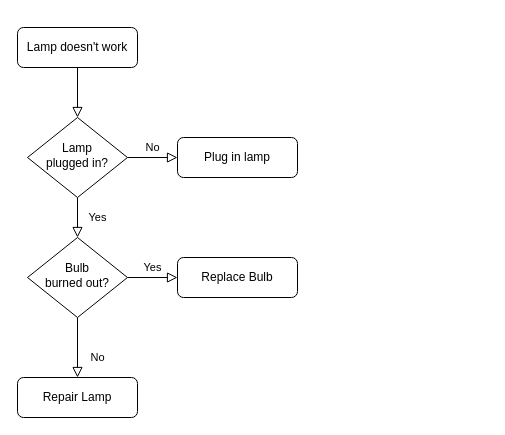
This is Untitled Diagram.drawio from Aadhancodingal/Aadhancodingal, a draw.io file, before an edit. Source tidied: cells renumbered, new cells numbered last; positions are measured from the earlier drawing's top-left corner, leaving out a move shared by most shapes. Both pictures are drawn from the tidied source at 100%, with x=0, y=0 at pixel (17, 27).
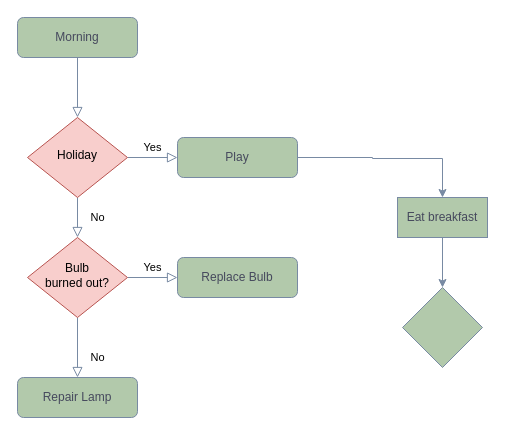
After the change.

Commit message:
Daily Activity

Diff of the diagram source:
```diff
@@
 <mxGraphModel>
   <root>
     <mxCell id="0" />
     <mxCell id="1" parent="0" />
-    <mxCell id="2" style="rounded=0;html=1;jettySize=auto;fontSize=11;endArrow=block;endFill=0;endSize=8;strokeWidth=1;shadow=0;labelBackgroundColor=none;edgeStyle=orthogonalEdgeStyle;" parent="1" edge="1" source="3" target="6">
+    <mxCell id="2" style="rounded=0;html=1;jettySize=auto;fontSize=11;endArrow=block;endFill=0;endSize=8;strokeWidth=1;shadow=0;labelBackgroundColor=none;edgeStyle=orthogonalEdgeStyle;fontColor=default;strokeColor=#788AA3;" parent="1" edge="1" source="3" target="6">
       <mxGeometry relative="1" as="geometry" />
     </mxCell>
-    <mxCell id="3" value="Lamp doesn't work" style="rounded=1;whiteSpace=wrap;html=1;fontSize=12;glass=0;strokeWidth=1;shadow=0;" parent="1" vertex="1">
-      <mxGeometry width="120" height="40" as="geometry" />
+    <mxCell id="3" value="Morning" style="rounded=1;whiteSpace=wrap;html=1;fontSize=12;glass=0;strokeWidth=1;shadow=0;labelBackgroundColor=none;fillColor=#B2C9AB;strokeColor=#788AA3;fontColor=#46495D;" parent="1" vertex="1">
+      <mxGeometry y="-10" width="120" height="40" as="geometry" />
     </mxCell>
-    <mxCell id="4" value="Yes" style="rounded=0;html=1;jettySize=auto;fontSize=11;endArrow=block;endFill=0;endSize=8;strokeWidth=1;shadow=0;labelBackgroundColor=none;edgeStyle=orthogonalEdgeStyle;" parent="1" edge="1" source="6" target="10">
+    <mxCell id="4" value="No" style="rounded=0;html=1;jettySize=auto;fontSize=11;endArrow=block;endFill=0;endSize=8;strokeWidth=1;shadow=0;labelBackgroundColor=none;edgeStyle=orthogonalEdgeStyle;fontColor=default;strokeColor=#788AA3;" parent="1" edge="1" source="6" target="10">
       <mxGeometry y="20" relative="1" as="geometry" />
     </mxCell>
-    <mxCell id="5" value="No" style="edgeStyle=orthogonalEdgeStyle;rounded=0;html=1;jettySize=auto;fontSize=11;endArrow=block;endFill=0;endSize=8;strokeWidth=1;shadow=0;labelBackgroundColor=none;" parent="1" edge="1" source="6" target="7">
+    <mxCell id="5" value="Yes" style="edgeStyle=orthogonalEdgeStyle;rounded=0;html=1;jettySize=auto;fontSize=11;endArrow=block;endFill=0;endSize=8;strokeWidth=1;shadow=0;labelBackgroundColor=none;fontColor=default;strokeColor=#788AA3;" parent="1" edge="1" source="6" target="7">
       <mxGeometry y="10" relative="1" as="geometry" />
     </mxCell>
-    <mxCell id="6" value="Lamp&lt;br&gt;plugged in?" style="rhombus;whiteSpace=wrap;html=1;shadow=0;fontFamily=Helvetica;fontSize=12;align=center;strokeWidth=1;spacing=6;spacingTop=-4;" parent="1" vertex="1">
+    <mxCell id="6" value="Holiday" style="rhombus;whiteSpace=wrap;html=1;shadow=0;fontFamily=Helvetica;fontSize=12;align=center;strokeWidth=1;spacing=6;spacingTop=-4;labelBackgroundColor=none;fillColor=#f8cecc;strokeColor=#b85450;" parent="1" vertex="1">
       <mxGeometry x="10" y="90" width="100" height="80" as="geometry" />
     </mxCell>
+    <mxCell id="13" style="edgeStyle=orthogonalEdgeStyle;rounded=0;jettySize=auto;html=1;exitX=1;exitY=0.5;exitDx=0;exitDy=0;strokeColor=#788AA3;fontColor=#46495D;fillColor=#B2C9AB;entryX=0.5;entryY=0;entryDx=0;entryDy=0;" parent="1" edge="1" source="7" target="15">
+      <mxGeometry relative="1" as="geometry">
+        <Array as="points">
+          <mxPoint x="355" y="130" />
+          <mxPoint x="355" y="131" />
+          <mxPoint x="425" y="131" />
+        </Array>
+      </mxGeometry>
+    </mxCell>
-    <mxCell id="7" value="Plug in lamp" style="rounded=1;whiteSpace=wrap;html=1;fontSize=12;glass=0;strokeWidth=1;shadow=0;" parent="1" vertex="1">
+    <mxCell id="7" value="Play" style="rounded=1;whiteSpace=wrap;html=1;fontSize=12;glass=0;strokeWidth=1;shadow=0;labelBackgroundColor=none;fillColor=#B2C9AB;strokeColor=#788AA3;fontColor=#46495D;" parent="1" vertex="1">
       <mxGeometry x="160" y="110" width="120" height="40" as="geometry" />
     </mxCell>
-    <mxCell id="8" value="No" style="rounded=0;html=1;jettySize=auto;fontSize=11;endArrow=block;endFill=0;endSize=8;strokeWidth=1;shadow=0;labelBackgroundColor=none;edgeStyle=orthogonalEdgeStyle;" parent="1" edge="1" source="10" target="11">
+    <mxCell id="8" value="No" style="rounded=0;html=1;jettySize=auto;fontSize=11;endArrow=block;endFill=0;endSize=8;strokeWidth=1;shadow=0;labelBackgroundColor=none;edgeStyle=orthogonalEdgeStyle;fontColor=default;strokeColor=#788AA3;" parent="1" edge="1" source="10" target="11">
       <mxGeometry x="0.33" y="20" relative="1" as="geometry" />
     </mxCell>
-    <mxCell id="9" value="Yes" style="edgeStyle=orthogonalEdgeStyle;rounded=0;html=1;jettySize=auto;fontSize=11;endArrow=block;endFill=0;endSize=8;strokeWidth=1;shadow=0;labelBackgroundColor=none;" parent="1" edge="1" source="10" target="12">
+    <mxCell id="9" value="Yes" style="edgeStyle=orthogonalEdgeStyle;rounded=0;html=1;jettySize=auto;fontSize=11;endArrow=block;endFill=0;endSize=8;strokeWidth=1;shadow=0;labelBackgroundColor=none;fontColor=default;strokeColor=#788AA3;" parent="1" edge="1" source="10" target="12">
       <mxGeometry y="10" relative="1" as="geometry" />
     </mxCell>
-    <mxCell id="10" value="Bulb&lt;br&gt;burned out?" style="rhombus;whiteSpace=wrap;html=1;shadow=0;fontFamily=Helvetica;fontSize=12;align=center;strokeWidth=1;spacing=6;spacingTop=-4;" parent="1" vertex="1">
+    <mxCell id="10" value="Bulb&lt;br&gt;burned out?" style="rhombus;whiteSpace=wrap;html=1;shadow=0;fontFamily=Helvetica;fontSize=12;align=center;strokeWidth=1;spacing=6;spacingTop=-4;labelBackgroundColor=none;fillColor=#f8cecc;strokeColor=#b85450;" parent="1" vertex="1">
       <mxGeometry x="10" y="210" width="100" height="80" as="geometry" />
     </mxCell>
-    <mxCell id="11" value="Repair Lamp" style="rounded=1;whiteSpace=wrap;html=1;fontSize=12;glass=0;strokeWidth=1;shadow=0;" parent="1" vertex="1">
+    <mxCell id="11" value="Repair Lamp" style="rounded=1;whiteSpace=wrap;html=1;fontSize=12;glass=0;strokeWidth=1;shadow=0;labelBackgroundColor=none;fillColor=#B2C9AB;strokeColor=#788AA3;fontColor=#46495D;" parent="1" vertex="1">
       <mxGeometry y="350" width="120" height="40" as="geometry" />
     </mxCell>
-    <mxCell id="12" value="Replace Bulb" style="rounded=1;whiteSpace=wrap;html=1;fontSize=12;glass=0;strokeWidth=1;shadow=0;" parent="1" vertex="1">
+    <mxCell id="12" value="Replace Bulb" style="rounded=1;whiteSpace=wrap;html=1;fontSize=12;glass=0;strokeWidth=1;shadow=0;labelBackgroundColor=none;fillColor=#B2C9AB;strokeColor=#788AA3;fontColor=#46495D;" parent="1" vertex="1">
       <mxGeometry x="160" y="230" width="120" height="40" as="geometry" />
     </mxCell>
+    <mxCell id="14" style="edgeStyle=none;rounded=0;jettySize=auto;html=1;strokeColor=#788AA3;fontColor=#46495D;fillColor=#B2C9AB;entryX=0.5;entryY=0;entryDx=0;entryDy=0;" parent="1" edge="1" source="15" target="16">
+      <mxGeometry relative="1" as="geometry" />
+    </mxCell>
+    <mxCell id="15" value="Eat breakfast" style="whiteSpace=wrap;html=1;strokeColor=#788AA3;fontColor=#46495D;fillColor=#B2C9AB;" parent="1" vertex="1">
+      <mxGeometry x="380" y="170" width="90" height="40" as="geometry" />
+    </mxCell>
+    <mxCell id="16" style="rhombus;whiteSpace=wrap;html=1;strokeColor=#788AA3;fontColor=#46495D;fillColor=#B2C9AB;" parent="1" vertex="1">
+      <mxGeometry x="385" y="260" width="80" height="80" as="geometry" />
+    </mxCell>
   </root>
 </mxGraphModel>
```
